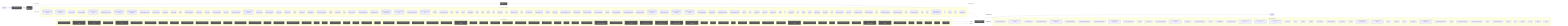
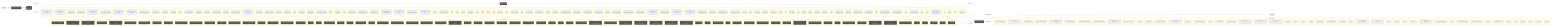
flowchart LR
  UserQ(["👤 User Query"])
  Embed["📐 Embedding Model"]
  VecDB[("📚 Vector Store")]
  Retriever["🔍 Retriever"]
  LLMNode["🧠 LLM / Generator"]
  Output(["✅ Response"])
  UserQ -->|query| Embed
  Embed -->|vector| VecDB
  VecDB -->|top-k chunks| Retriever
  Retriever -->|context + query| LLMNode
  LLMNode -->|generated answer| Output
  subgraph DetectedMemory["Detected memory stores"]
    det_detectedmemory_check_steering_feedback_contract_80134459[("check-steering-feedback-contract")]
    det_detectedmemory_normalize_workflow_contracts_8701f1c8[("normalize-workflow-contracts")]
    det_detectedmemory_run_harness_evals_77704768[("run-harness-evals")]
    det_detectedmemory_sync_codex_preflight_7e7a8dc2[("sync-codex-preflight")]
    det_detectedmemory_test_harness_upgrade_matrix_84113c4e[("test-harness-upgrade-matrix")]
    det_detectedmemory_validate_prompt_context_drift_8c949ef6[("validate-prompt-context-drift")]
    det_detectedmemory_validate_runtime_packet_schemas_bc3ba8ec[("validate-runtime-packet-schemas")]
    det_detectedmemory_validate_system_prompt_gap_adoption_62d8c955[("validate-system-prompt-gap-adoption")]
    det_detectedmemory_validate_workflow_contracts_33dc063c[("validate-workflow-contracts")]
    det_detectedmemory_branch_protect_core_a8feb0fd[("branch-protect-core")]
    det_detectedmemory_ci_migrate_core_7005b5af[("ci-migrate-core")]
    det_detectedmemory_context_health_80bb7da9[("context-health")]
    det_detectedmemory_context_ea7792a2[("context")]
    det_detectedmemory_docs_gate_classification_2f51c90b[("docs-gate-classification")]
    det_detectedmemory_docs_gate_types_d285abb6[("docs-gate-types")]
    det_detectedmemory_index_context_de3ed39d[("index-context")]
    det_detectedmemory_local_memory_preflight_dcc36c42[("local-memory-preflight")]
    det_detectedmemory_memory_gate_a577a506[("memory-gate")]
    det_detectedmemory_next_prompt_context_drift_3c5a93d5[("next-prompt-context-drift")]
    det_detectedmemory_next_recommendation_decisions_03315dd4[("next-recommendation-decisions")]
    det_detectedmemory_next_runner_state_be6fe997[("next-runner-state")]
    det_detectedmemory_pattern_scope_siblings_43abe000[("pattern-scope-siblings")]
    det_detectedmemory_review_context_ca6cf81d[("review-context")]
    det_detectedmemory_review_gate_core_4c8001f9[("review-gate-core")]
    det_detectedmemory_search_24193290[("search")]
    det_detectedmemory_session_context_e5ec72c0[("session-context")]
    det_detectedmemory_tooling_audit_core_328d6a41[("tooling-audit-core")]
    det_detectedmemory_run_local_memory_preflight_36e92808[("run-local-memory-preflight")]
    det_detectedmemory_checker_d2d2328e[("checker")]
    det_detectedmemory_context_health_1_ceb11829[("context-health")]
    det_detectedmemory_types_2_d9bc6e7a[("types")]
    det_detectedmemory_branch_protect_sync_570adb18[("branch-protect-sync")]
    det_detectedmemory_command_capability_rules_ca3f496a[("command-capability-rules")]
    det_detectedmemory_command_specs_core_1c0ffc99[("command-specs-core")]
    det_detectedmemory_local_memory_preflight_command_spec_9e23f3ce[("local-memory-preflight-command-spec")]
    det_detectedmemory_memory_gate_command_spec_dc9001a9[("memory-gate-command-spec")]
    det_detectedmemory_review_gate_command_spec_3187376a[("review-gate-command-spec")]
    det_detectedmemory_session_context_command_spec_973afbb1[("session-context-command-spec")]
    det_detectedmemory_constants_7517017f[("constants")]
    det_detectedmemory_context_compact_policy_3dcaf95d[("context-compact-policy")]
    det_detectedmemory_index_3_7e40d474[("index")]
    det_detectedmemory_indexer_70fa78e5[("indexer")]
    det_detectedmemory_init_error_5c7dd49f[("init-error")]
    det_detectedmemory_lexical_fallback_723e2b3e[("lexical-fallback")]
    det_detectedmemory_ollama_76e3c7bf[("ollama")]
    det_detectedmemory_rollout_a4fa034c[("rollout")]
    det_detectedmemory_sources_878a52fc[("sources")]
    det_detectedmemory_store_824d80d7[("store")]
    det_detectedmemory_sync_contract_c79fa191[("sync-contract")]
    det_detectedmemory_types_8_f6283648[("types")]
    det_detectedmemory_harness_run_context_ac7c77a9[("harness-run-context")]
    det_detectedmemory_index_4_013aa0e3[("index")]
    det_detectedmemory_json_schema_core_96d7e328[("json-schema-core")]
    det_detectedmemory_policy_validators_core_714a3fe7[("policy-validators-core")]
    det_detectedmemory_types_core_e405ddca[("types-core")]
    det_detectedmemory_validator_core_4358f8ba[("validator-core")]
    det_detectedmemory_archive_candidates_scanner_d0931789[("archive-candidates-scanner")]
    det_detectedmemory_archive_candidates_dc0e40e1[("archive-candidates")]
    det_detectedmemory_docs_task_eval_contract_79347457[("docs-task-eval-contract")]
    det_detectedmemory_docs_task_eval_fixtures_44902755[("docs-task-eval-fixtures")]
    det_detectedmemory_init_modes_c05ceb07[("init-modes")]
    det_detectedmemory_project_brain_templates_7ef51530[("project-brain-templates")]
    det_detectedmemory_scaffold_diagram_templates_dd88e83c[("scaffold-diagram-templates")]
    det_detectedmemory_scaffold_doc_templates_f6152330[("scaffold-doc-templates")]
    det_detectedmemory_scaffold_environment_templates_c1ceba6a[("scaffold-environment-templates")]
    det_detectedmemory_scaffold_hook_templates_8c74ab50[("scaffold-hook-templates")]
    det_detectedmemory_scaffold_root_command_templates_404fed7f[("scaffold-root-command-templates")]
    det_detectedmemory_scaffold_script_template_registry_69312d4e[("scaffold-script-template-registry")]
    det_detectedmemory_scaffold_shell_templates_0ad0f915[("scaffold-shell-templates")]
    det_detectedmemory_scaffold_surfaces_12d6494e[("scaffold-surfaces")]
    det_detectedmemory_scaffold_template_registry_b1cce2aa[("scaffold-template-registry")]
    det_detectedmemory_scaffold_workflow_template_92310587[("scaffold-workflow-template")]
    det_detectedmemory_eval_seed_5699fd3e[("eval-seed")]
    det_detectedmemory_index_10_f6785a46[("index")]
    det_detectedmemory_review_context_1_e3afed15[("review-context")]
    det_detectedmemory_memory_gate_1_265164ac[("memory-gate")]
    det_detectedmemory_branch_enforcer_acb749cd[("branch-enforcer")]
    det_detectedmemory_cli_args_5_09ea29f0[("cli-args")]
    det_detectedmemory_cli_7_dc4a9f7f[("cli")]
    det_detectedmemory_metrics_tracker_98cec29c[("metrics-tracker")]
    det_detectedmemory_types_20_071a0112[("types")]
    det_detectedmemory_validator_5_b19ac2be[("validator")]
    det_detectedmemory_classifier_fe1991a9[("classifier")]
-     det_detectedmemory_tooling_baseline_50ab2eeb[("tooling-baseline")]
+     det_detectedmemory_tooling_paths_560ac80d[("tooling-paths")]
    det_detectedmemory_claim_helpers_20dc8387[("claim-helpers")]
    det_detectedmemory_types_25_89d086aa[("types")]
    det_detectedmemory_local_memory_smoke_1175abfc[("local-memory-smoke")]
    det_detectedmemory_local_memory_0db17ecc[("local-memory")]
    det_detectedmemory_performance_overload_c685bfcf[("performance-overload")]
    det_detectedmemory_suggestion_generator_0956f794[("suggestion-generator")]
    det_detectedmemory_index_12_762ec91b[("index")]
    det_detectedmemory_prompt_context_drift_report_3257a95c[("prompt-context-drift-report")]
    det_detectedmemory_prompt_context_drift_types_ba6863d4[("prompt-context-drift-types")]
    det_detectedmemory_index_13_97df39c8[("index")]
    det_detectedmemory_prompt_context_receipt_17b862b2[("prompt-context-receipt")]
    det_detectedmemory_types_32_bfe791ff[("types")]
    det_detectedmemory_policy_1_fc4198db[("policy")]
    det_detectedmemory_runtime_card_codex_runtime_validation_d8ce9934[("runtime-card-codex-runtime-validation")]
    det_detectedmemory_cli_12_01c06c37[("cli")]
    det_detectedmemory_collector_0736fd5b[("collector")]
    det_detectedmemory_types_35_93e66c64[("types")]
    det_detectedmemory_overload_guard_2748c559[("overload-guard")]
  end
  VecDB -. "implemented by" .-> DetectedMemory
  subgraph DetectedLLM["Detected LLM clients"]
    det_detectedllm_check_codex_agent_roles_5bb2e89b["check-codex-agent-roles"]
    det_detectedllm_check_steering_feedback_contract_80134459["check-steering-feedback-contract"]
    det_detectedllm_run_harness_evals_77704768["run-harness-evals"]
    det_detectedllm_validate_decision_request_2e5c325e["validate-decision-request"]
    det_detectedllm_validate_goal_completion_audit_receipt_100d252c["validate-goal-completion-audit-receipt"]
    det_detectedllm_validate_packaged_skill_5e32c890["validate-packaged-skill"]
    det_detectedllm_validate_prompt_context_drift_8c949ef6["validate-prompt-context-drift"]
    det_detectedllm_validate_reviewer_coverage_251efee3["validate-reviewer-coverage"]
    det_detectedllm_validate_system_prompt_gap_adoption_62d8c955["validate-system-prompt-gap-adoption"]
    det_detectedllm_check_environment_core_2c16213f["check-environment-core"]
    det_detectedllm_context_ea7792a2["context"]
    det_detectedllm_index_context_de3ed39d["index-context"]
    det_detectedllm_next_prompt_context_drift_3c5a93d5["next-prompt-context-drift"]
    det_detectedllm_next_recommendation_decisions_03315dd4["next-recommendation-decisions"]
    det_detectedllm_prompt_gate_c5e9d207["prompt-gate"]
    det_detectedllm_remediate_runner_helpers_929fedcc["remediate-runner-helpers"]
    det_detectedllm_search_24193290["search"]
    det_detectedllm_context_health_1_ceb11829["context-health"]
    det_detectedllm_command_specs_core_1c0ffc99["command-specs-core"]
    det_detectedllm_pilot_evaluate_command_spec_1084ea72["pilot-evaluate-command-spec"]
    det_detectedllm_pilot_rollback_command_spec_4fe69f7d["pilot-rollback-command-spec"]
    det_detectedllm_prompt_gate_command_spec_9a941482["prompt-gate-command-spec"]
    det_detectedllm_constants_7517017f["constants"]
    det_detectedllm_index_3_7e40d474["index"]
    det_detectedllm_indexer_70fa78e5["indexer"]
    det_detectedllm_ollama_76e3c7bf["ollama"]
    det_detectedllm_sync_contract_c79fa191["sync-contract"]
    det_detectedllm_north_star_validators_cfc926ce["north-star-validators"]
    det_detectedllm_hilt_boundary_9b36fb15["hilt-boundary"]
    det_detectedllm_types_10_75e5a4a0["types"]
    det_detectedllm_goal_completion_audit_receipt_validation_9d0f4891["goal-completion-audit-receipt-validation"]
    det_detectedllm_goal_completion_audit_receipt_5e4939c3["goal-completion-audit-receipt"]
    det_detectedllm_index_5_522f772a["index"]
    det_detectedllm_constants_1_a84e15f0["constants"]
    det_detectedllm_types_18_37582e2a["types"]
    det_detectedllm_sensitive_text_7c11f760["sensitive-text"]
    det_detectedllm_pr_template_linked_issue_relationship_a7b61f2c["pr-template-linked-issue-relationship"]
    det_detectedllm_pr_template_validator_rules_20a32d6b["pr-template-validator-rules"]
    det_detectedllm_index_12_762ec91b["index"]
    det_detectedllm_prompt_context_drift_report_3257a95c["prompt-context-drift-report"]
    det_detectedllm_prompt_context_drift_types_ba6863d4["prompt-context-drift-types"]
    det_detectedllm_index_13_97df39c8["index"]
    det_detectedllm_prompt_context_receipt_17b862b2["prompt-context-receipt"]
    det_detectedllm_cli_args_9_9c136878["cli-args"]
    det_detectedllm_cli_11_338a8415["cli"]
    det_detectedllm_sections_4697ef32["sections"]
    det_detectedllm_types_28_4476fcc6["types"]
    det_detectedllm_validator_7_f836eb0e["validator"]
    det_detectedllm_cli_args_10_861cdd3f["cli-args"]
  end
  LLMNode -. "implemented by" .-> DetectedLLM
  subgraph DetectedTools["Agentic tool calls"]
    det_detectedtools_check_codex_agent_roles_5bb2e89b["🔧 check-codex-agent-roles"]
    det_detectedtools_check_steering_feedback_contract_80134459["🔧 check-steering-feedback-contract"]
    det_detectedtools_check_tooling_baseline_parity_3124b30a["🔧 check-tooling-baseline-parity"]
    det_detectedtools_run_harness_evals_77704768["🔧 run-harness-evals"]
    det_detectedtools_validate_action_review_receipt_fa2f06c3["🔧 validate-action-review-receipt"]
    det_detectedtools_validate_packaged_skill_5e32c890["🔧 validate-packaged-skill"]
    det_detectedtools_validate_replay_packet_f309747e["🔧 validate-replay-packet"]
    det_detectedtools_ci_migrate_core_7005b5af["🔧 ci-migrate-core"]
    det_detectedtools_doctor_checks_5a2eb2b9["🔧 doctor-checks"]
    det_detectedtools_doctor_github_tool_check_e0a938df["🔧 doctor-github-tool-check"]
    det_detectedtools_doctor_github_tool_checks_a53b0382["🔧 doctor-github-tool-checks"]
    det_detectedtools_doctor_tool_checks_4acac51a["🔧 doctor-tool-checks"]
    det_detectedtools_fleet_plan_repo_ecdc6499["🔧 fleet-plan-repo"]
    det_detectedtools_next_blocked_decisions_4140ad2b["🔧 next-blocked-decisions"]
    det_detectedtools_next_pr_closeout_contract_af31d30a["🔧 next-pr-closeout-contract"]
    det_detectedtools_policy_gate_213f7313["🔧 policy-gate"]
    det_detectedtools_remediate_cli_output_cc165396["🔧 remediate-cli-output"]
    det_detectedtools_remediate_runner_helpers_929fedcc["🔧 remediate-runner-helpers"]
    det_detectedtools_review_gate_core_4c8001f9["🔧 review-gate-core"]
    det_detectedtools_index_1bc04b52["🔧 index"]
    det_detectedtools_types_1_4ecdf56e["🔧 types"]
    det_detectedtools_validation_constants_e002a0f6["🔧 validation-constants"]
    det_detectedtools_validation_98c41dcd["🔧 validation"]
    det_detectedtools_checker_d2d2328e["🔧 checker"]
    det_detectedtools_shared_state_policy_edc9c4db["🔧 shared-state-policy"]
    det_detectedtools_cli_args_1_6144b055["🔧 cli-args"]
    det_detectedtools_command_capabilities_a4d5c71e["🔧 command-capabilities"]
    det_detectedtools_command_capability_rules_ca3f496a["🔧 command-capability-rules"]
    det_detectedtools_linear_command_actions_e430f4f4["🔧 linear-command-actions"]
    det_detectedtools_linear_command_runner_4a740dfc["🔧 linear-command-runner"]
    det_detectedtools_policy_validators_core_714a3fe7["🔧 policy-validators-core"]
    det_detectedtools_shared_state_action_validator_e7b128cd["🔧 shared-state-action-validator"]
    det_detectedtools_types_core_e405ddca["🔧 types-core"]
    det_detectedtools_validator_core_4358f8ba["🔧 validator-core"]
    det_detectedtools_validator_helpers_7b927667["🔧 validator-helpers"]
    det_detectedtools_he_phase_exit_core_1148895b["🔧 he-phase-exit-core"]
    det_detectedtools_environment_runtime_3206f0a8["🔧 environment-runtime"]
    det_detectedtools_observed_skill_usage_ed7d5930["🔧 observed-skill-usage"]
    det_detectedtools_closure_evidence_aaa31467["🔧 closure-evidence"]
    det_detectedtools_pr_creator_dc6b1ea4["🔧 pr-creator"]
    det_detectedtools_client_948fe603["🔧 client"]
    det_detectedtools_init_output_360dce91["🔧 init-output"]
    det_detectedtools_scaffold_ci_templates_2afd6392["🔧 scaffold-ci-templates"]
    det_detectedtools_scaffold_codex_environment_templates_334fbbed["🔧 scaffold-codex-environment-templates"]
    det_detectedtools_scaffold_config_templates_4b80ce53["🔧 scaffold-config-templates"]
    det_detectedtools_scaffold_environment_templates_c1ceba6a["🔧 scaffold-environment-templates"]
    det_detectedtools_scaffold_github_actions_pr_pipeline_renderer_1ee18de5["🔧 scaffold-github-actions-pr-pipeline-renderer"]
    det_detectedtools_scaffold_github_actions_pr_pipeline_template_e2b85f62["🔧 scaffold-github-actions-pr-pipeline-template"]
    det_detectedtools_scaffold_package_command_template_80e32e83["🔧 scaffold-package-command-template"]
    det_detectedtools_scaffold_release_private_npm_template_075499f8["🔧 scaffold-release-private-npm-template"]
    det_detectedtools_constants_1_a84e15f0["🔧 constants"]
    det_detectedtools_index_9_32dd4d91["🔧 index"]
    det_detectedtools_validation_common_6161e48b["🔧 validation-common"]
    det_detectedtools_cli_7_dc4a9f7f["🔧 cli"]
    det_detectedtools_metrics_tracker_98cec29c["🔧 metrics-tracker"]
    det_detectedtools_normalise_renderer_85f2e563["🔧 normalise-renderer"]
    det_detectedtools_evaluation_engine_core_e054fe49["🔧 evaluation-engine-core"]
    det_detectedtools_tooling_baseline_50ab2eeb["🔧 tooling-baseline"]
+     det_detectedtools_tooling_paths_560ac80d["🔧 tooling-paths"]
    det_detectedtools_prompt_context_drift_report_3257a95c["🔧 prompt-context-drift-report"]
    det_detectedtools_prompt_context_drift_types_ba6863d4["🔧 prompt-context-drift-types"]
    det_detectedtools_replay_packet_a1293f88["🔧 replay-packet"]
    det_detectedtools_index_14_d982116c["🔧 index"]
    det_detectedtools_review_lifecycle_contract_e5447221["🔧 review-lifecycle-contract"]
    det_detectedtools_review_lifecycle_89afa64c["🔧 review-lifecycle"]
    det_detectedtools_runtime_card_codex_runtime_validation_d8ce9934["🔧 runtime-card-codex-runtime-validation"]
    det_detectedtools_runtime_card_codex_runtime_0655e230["🔧 runtime-card-codex-runtime"]
    det_detectedtools_runtime_evidence_bundle_d471a232["🔧 runtime-evidence-bundle"]
    det_detectedtools_types_37_32ccf9f9["🔧 types"]
    det_detectedtools_index_17_642943a2["🔧 index"]
    det_detectedtools_projection_1b250ea1["🔧 projection"]
    det_detectedtools_types_39_d07de160["🔧 types"]
    det_detectedtools_validation_8_b9fa10af["🔧 validation"]
  end
  LLMNode -->|tool use| DetectedTools
  DetectedTools -->|result| LLMNode
  classDef memNode fill:#555,color:#fff
  class VecDB,Retriever memNode
  classDef llmNode fill:#555,color:#fff
  class LLMNode,Embed llmNode
  classDef toolNode fill:#555,color:#fff
-   class det_detectedtools_check_codex_agent_roles_5bb2e89b,det_detectedtools_check_steering_feedback_contract_80134459,det_detectedtools_check_tooling_baseline_parity_3124b30a,det_detectedtools_run_harness_evals_77704768,det_detectedtools_validate_action_review_receipt_fa2f06c3,det_detectedtools_validate_packaged_skill_5e32c890,det_detectedtools_validate_replay_packet_f309747e,det_detectedtools_ci_migrate_core_7005b5af,det_detectedtools_doctor_checks_5a2eb2b9,det_detectedtools_doctor_github_tool_check_e0a938df,det_detectedtools_doctor_github_tool_checks_a53b0382,det_detectedtools_doctor_tool_checks_4acac51a,det_detectedtools_fleet_plan_repo_ecdc6499,det_detectedtools_next_blocked_decisions_4140ad2b,det_detectedtools_next_pr_closeout_contract_af31d30a,det_detectedtools_policy_gate_213f7313,det_detectedtools_remediate_cli_output_cc165396,det_detectedtools_remediate_runner_helpers_929fedcc,det_detectedtools_review_gate_core_4c8001f9,det_detectedtools_index_1bc04b52,det_detectedtools_types_1_4ecdf56e,det_detectedtools_validation_constants_e002a0f6,det_detectedtools_validation_98c41dcd,det_detectedtools_checker_d2d2328e,det_detectedtools_shared_state_policy_edc9c4db,det_detectedtools_cli_args_1_6144b055,det_detectedtools_command_capabilities_a4d5c71e,det_detectedtools_command_capability_rules_ca3f496a,det_detectedtools_linear_command_actions_e430f4f4,det_detectedtools_linear_command_runner_4a740dfc,det_detectedtools_policy_validators_core_714a3fe7,det_detectedtools_shared_state_action_validator_e7b128cd,det_detectedtools_types_core_e405ddca,det_detectedtools_validator_core_4358f8ba,det_detectedtools_validator_helpers_7b927667,det_detectedtools_he_phase_exit_core_1148895b,det_detectedtools_environment_runtime_3206f0a8,det_detectedtools_observed_skill_usage_ed7d5930,det_detectedtools_closure_evidence_aaa31467,det_detectedtools_pr_creator_dc6b1ea4,det_detectedtools_client_948fe603,det_detectedtools_init_output_360dce91,det_detectedtools_scaffold_ci_templates_2afd6392,det_detectedtools_scaffold_codex_environment_templates_334fbbed,det_detectedtools_scaffold_config_templates_4b80ce53,det_detectedtools_scaffold_environment_templates_c1ceba6a,det_detectedtools_scaffold_github_actions_pr_pipeline_renderer_1ee18de5,det_detectedtools_scaffold_github_actions_pr_pipeline_template_e2b85f62,det_detectedtools_scaffold_package_command_template_80e32e83,det_detectedtools_scaffold_release_private_npm_template_075499f8,det_detectedtools_constants_1_a84e15f0,det_detectedtools_index_9_32dd4d91,det_detectedtools_validation_common_6161e48b,det_detectedtools_cli_7_dc4a9f7f,det_detectedtools_metrics_tracker_98cec29c,det_detectedtools_normalise_renderer_85f2e563,det_detectedtools_evaluation_engine_core_e054fe49,det_detectedtools_tooling_baseline_50ab2eeb,det_detectedtools_prompt_context_drift_report_3257a95c,det_detectedtools_prompt_context_drift_types_ba6863d4,det_detectedtools_replay_packet_a1293f88,det_detectedtools_index_14_d982116c,det_detectedtools_review_lifecycle_contract_e5447221,det_detectedtools_review_lifecycle_89afa64c,det_detectedtools_runtime_card_codex_runtime_validation_d8ce9934,det_detectedtools_runtime_card_codex_runtime_0655e230,det_detectedtools_runtime_evidence_bundle_d471a232,det_detectedtools_types_37_32ccf9f9,det_detectedtools_index_17_642943a2,det_detectedtools_projection_1b250ea1,det_detectedtools_types_39_d07de160,det_detectedtools_validation_8_b9fa10af toolNode
+   class det_detectedtools_check_codex_agent_roles_5bb2e89b,det_detectedtools_check_steering_feedback_contract_80134459,det_detectedtools_check_tooling_baseline_parity_3124b30a,det_detectedtools_run_harness_evals_77704768,det_detectedtools_validate_action_review_receipt_fa2f06c3,det_detectedtools_validate_packaged_skill_5e32c890,det_detectedtools_validate_replay_packet_f309747e,det_detectedtools_ci_migrate_core_7005b5af,det_detectedtools_doctor_checks_5a2eb2b9,det_detectedtools_doctor_github_tool_check_e0a938df,det_detectedtools_doctor_github_tool_checks_a53b0382,det_detectedtools_doctor_tool_checks_4acac51a,det_detectedtools_fleet_plan_repo_ecdc6499,det_detectedtools_next_blocked_decisions_4140ad2b,det_detectedtools_next_pr_closeout_contract_af31d30a,det_detectedtools_policy_gate_213f7313,det_detectedtools_remediate_cli_output_cc165396,det_detectedtools_remediate_runner_helpers_929fedcc,det_detectedtools_review_gate_core_4c8001f9,det_detectedtools_index_1bc04b52,det_detectedtools_types_1_4ecdf56e,det_detectedtools_validation_constants_e002a0f6,det_detectedtools_validation_98c41dcd,det_detectedtools_checker_d2d2328e,det_detectedtools_shared_state_policy_edc9c4db,det_detectedtools_cli_args_1_6144b055,det_detectedtools_command_capabilities_a4d5c71e,det_detectedtools_command_capability_rules_ca3f496a,det_detectedtools_linear_command_actions_e430f4f4,det_detectedtools_linear_command_runner_4a740dfc,det_detectedtools_policy_validators_core_714a3fe7,det_detectedtools_shared_state_action_validator_e7b128cd,det_detectedtools_types_core_e405ddca,det_detectedtools_validator_core_4358f8ba,det_detectedtools_validator_helpers_7b927667,det_detectedtools_he_phase_exit_core_1148895b,det_detectedtools_environment_runtime_3206f0a8,det_detectedtools_observed_skill_usage_ed7d5930,det_detectedtools_closure_evidence_aaa31467,det_detectedtools_pr_creator_dc6b1ea4,det_detectedtools_client_948fe603,det_detectedtools_init_output_360dce91,det_detectedtools_scaffold_ci_templates_2afd6392,det_detectedtools_scaffold_codex_environment_templates_334fbbed,det_detectedtools_scaffold_config_templates_4b80ce53,det_detectedtools_scaffold_environment_templates_c1ceba6a,det_detectedtools_scaffold_github_actions_pr_pipeline_renderer_1ee18de5,det_detectedtools_scaffold_github_actions_pr_pipeline_template_e2b85f62,det_detectedtools_scaffold_package_command_template_80e32e83,det_detectedtools_scaffold_release_private_npm_template_075499f8,det_detectedtools_constants_1_a84e15f0,det_detectedtools_index_9_32dd4d91,det_detectedtools_validation_common_6161e48b,det_detectedtools_cli_7_dc4a9f7f,det_detectedtools_metrics_tracker_98cec29c,det_detectedtools_normalise_renderer_85f2e563,det_detectedtools_evaluation_engine_core_e054fe49,det_detectedtools_tooling_baseline_50ab2eeb,det_detectedtools_tooling_paths_560ac80d,det_detectedtools_prompt_context_drift_report_3257a95c,det_detectedtools_prompt_context_drift_types_ba6863d4,det_detectedtools_replay_packet_a1293f88,det_detectedtools_index_14_d982116c,det_detectedtools_review_lifecycle_contract_e5447221,det_detectedtools_review_lifecycle_89afa64c,det_detectedtools_runtime_card_codex_runtime_validation_d8ce9934,det_detectedtools_runtime_card_codex_runtime_0655e230,det_detectedtools_runtime_evidence_bundle_d471a232,det_detectedtools_types_37_32ccf9f9,det_detectedtools_index_17_642943a2,det_detectedtools_projection_1b250ea1,det_detectedtools_types_39_d07de160,det_detectedtools_validation_8_b9fa10af toolNode
